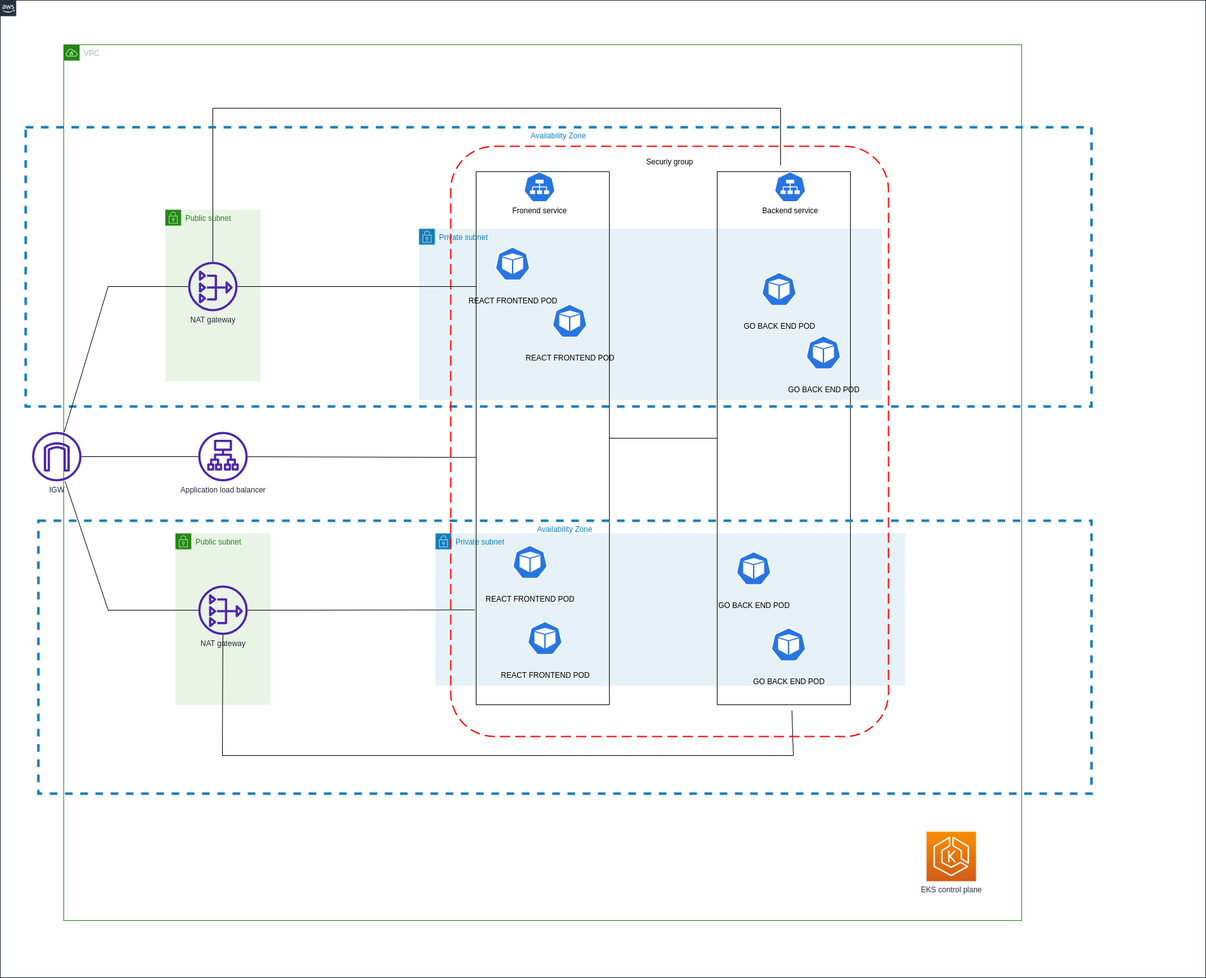
Above: TransportEKSArchitecture.png in LonggHuynh/TransportOptimizer (draw.io), before the change. Source tidied: cells renumbered, new cells last; positions are measured from the earlier drawing's top-left corner, leaving out a move shared by most shapes.
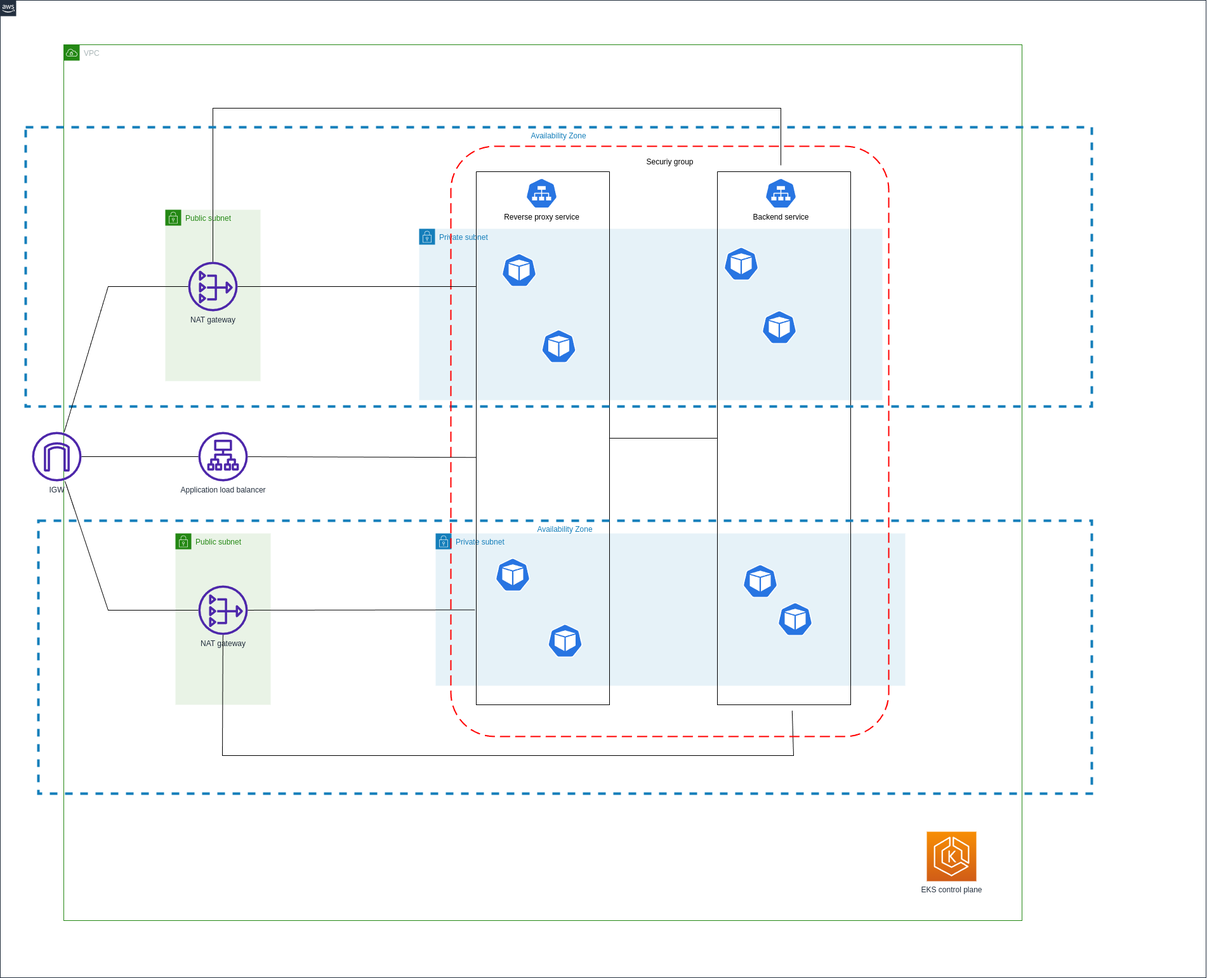
After the commit.

Change to the diagram source:
```diff
@@ -2,83 +2,77 @@
   <root>
     <mxCell id="0" />
     <mxCell id="1" parent="0" />
-    <mxCell id="2" style="gradientColor=none;html=1;whiteSpace=wrap;fontSize=12;fontStyle=0;shape=mxgraph.aws4.group;grIcon=mxgraph.aws4.group_aws_cloud_alt;strokeColor=#232F3E;fillColor=none;verticalAlign=top;align=left;spacingLeft=30;fontColor=#232F3E;dashed=0;" parent="1" vertex="1">
-      <mxGeometry width="1900" height="1540" as="geometry" />
-    </mxCell>
+    <mxCell id="38" style="endArrow=block;endFill=1;" parent="1" edge="1">
+      <mxGeometry relative="1" as="geometry" />
+    </mxCell>
+    <mxCell id="39" style="endArrow=block;endFill=1;" parent="1" edge="1">
+      <mxGeometry relative="1" as="geometry" />
+    </mxCell>
+    <mxCell id="40" style="endArrow=block;endFill=1;" parent="1" edge="1">
+      <mxGeometry relative="1" as="geometry" />
+    </mxCell>
+    <mxCell id="41" style="endArrow=block;endFill=1;" parent="1" edge="1">
+      <mxGeometry relative="1" as="geometry" />
+    </mxCell>
+    <mxCell id="42" style="endArrow=block;endFill=1;" parent="1" edge="1">
+      <mxGeometry relative="1" as="geometry" />
+    </mxCell>
+    <mxCell id="43" style="endArrow=block;endFill=1;" parent="1" edge="1">
+      <mxGeometry relative="1" as="geometry" />
+    </mxCell>
+    <mxCell id="44" style="endArrow=block;endFill=1;" parent="1" edge="1">
+      <mxGeometry relative="1" as="geometry" />
+    </mxCell>
+    <mxCell id="45" style="endArrow=block;endFill=1;" parent="1" edge="1">
+      <mxGeometry relative="1" as="geometry" />
+    </mxCell>
+    <mxCell id="46" style="gradientColor=none;html=1;whiteSpace=wrap;fontSize=12;fontStyle=0;shape=mxgraph.aws4.group;grIcon=mxgraph.aws4.group_aws_cloud_alt;strokeColor=#232F3E;fillColor=none;verticalAlign=top;align=left;spacingLeft=30;fontColor=#232F3E;dashed=0;" parent="1" vertex="1">
+      <mxGeometry x="2170" y="270" width="1900" height="1540" as="geometry" />
+    </mxCell>
-    <mxCell id="3" value="VPC" style="gradientColor=none;html=1;whiteSpace=wrap;fontSize=12;fontStyle=0;shape=mxgraph.aws4.group;grIcon=mxgraph.aws4.group_vpc;strokeColor=#248814;fillColor=none;verticalAlign=top;align=left;spacingLeft=30;fontColor=#AAB7B8;dashed=0;" parent="2" vertex="1">
+    <mxCell id="3" value="VPC" style="gradientColor=none;html=1;whiteSpace=wrap;fontSize=12;fontStyle=0;shape=mxgraph.aws4.group;grIcon=mxgraph.aws4.group_vpc;strokeColor=#248814;fillColor=none;verticalAlign=top;align=left;spacingLeft=30;fontColor=#AAB7B8;dashed=0;" parent="46" vertex="1">
       <mxGeometry x="100" y="70" width="1510" height="1380" as="geometry" />
     </mxCell>
     <mxCell id="4" value="Private subnet" style="gradientColor=none;html=1;whiteSpace=wrap;fontSize=12;fontStyle=0;shape=mxgraph.aws4.group;grIcon=mxgraph.aws4.group_security_group;grStroke=0;strokeColor=#147EBA;fillColor=#E6F2F8;verticalAlign=top;align=left;spacingLeft=30;fontColor=#147EBA;dashed=0;" parent="3" vertex="1">
       <mxGeometry x="560" y="290" width="730" height="270" as="geometry" />
     </mxCell>
-    <mxCell id="5" value="GO BACK END POD&lt;br&gt;" style="sketch=0;html=1;dashed=0;whitespace=wrap;fillColor=#2875E2;strokeColor=#ffffff;verticalLabelPosition=bottom;align=center;verticalAlign=top;shape=mxgraph.kubernetes.icon;prIcon=pod;" parent="4" vertex="1">
-      <mxGeometry x="540" y="50" width="55" height="90" as="geometry" />
-    </mxCell>
-    <mxCell id="6" value="REACT FRONTEND POD" style="sketch=0;html=1;dashed=0;whitespace=wrap;fillColor=#2875E2;strokeColor=#ffffff;verticalLabelPosition=bottom;align=center;verticalAlign=top;shape=mxgraph.kubernetes.icon;prIcon=pod;" parent="4" vertex="1">
-      <mxGeometry x="120" y="10" width="55" height="90" as="geometry" />
-    </mxCell>
-    <mxCell id="7" value="REACT FRONTEND POD" style="sketch=0;html=1;dashed=0;whitespace=wrap;fillColor=#2875E2;strokeColor=#ffffff;verticalLabelPosition=bottom;align=center;verticalAlign=top;shape=mxgraph.kubernetes.icon;prIcon=pod;" parent="4" vertex="1">
-      <mxGeometry x="210" y="100" width="55" height="90" as="geometry" />
-    </mxCell>
     <mxCell id="8" value="Private subnet" style="gradientColor=none;html=1;whiteSpace=wrap;fontSize=12;fontStyle=0;shape=mxgraph.aws4.group;grIcon=mxgraph.aws4.group_security_group;grStroke=0;strokeColor=#147EBA;fillColor=#E6F2F8;verticalAlign=top;align=left;spacingLeft=30;fontColor=#147EBA;dashed=0;" parent="3" vertex="1">
       <mxGeometry x="586" y="770" width="740" height="240" as="geometry" />
     </mxCell>
-    <mxCell id="9" value="REACT FRONTEND POD" style="sketch=0;html=1;dashed=0;whitespace=wrap;fillColor=#2875E2;strokeColor=#ffffff;verticalLabelPosition=bottom;align=center;verticalAlign=top;shape=mxgraph.kubernetes.icon;prIcon=pod;" parent="3" vertex="1">
-      <mxGeometry x="731" y="890" width="55" height="90" as="geometry" />
-    </mxCell>
     <mxCell id="10" value="Public subnet" style="gradientColor=none;html=1;whiteSpace=wrap;fontSize=12;fontStyle=0;shape=mxgraph.aws4.group;grIcon=mxgraph.aws4.group_security_group;grStroke=0;strokeColor=#248814;fillColor=#E9F3E6;verticalAlign=top;align=left;spacingLeft=30;fontColor=#248814;dashed=0;" parent="3" vertex="1">
       <mxGeometry x="176" y="770" width="150" height="270" as="geometry" />
     </mxCell>
-    <mxCell id="11" value="NAT gateway&lt;br&gt;" style="sketch=0;outlineConnect=0;fontColor=#232F3E;gradientColor=none;fillColor=#4D27AA;strokeColor=none;dashed=0;verticalLabelPosition=bottom;verticalAlign=top;align=center;html=1;fontSize=12;fontStyle=0;shape=mxgraph.aws4.nat_gateway;" parent="10" vertex="1">
-      <mxGeometry x="36" y="82" width="78" height="78" as="geometry" />
-    </mxCell>
-    <mxCell id="12" value="GO BACK END POD&lt;br&gt;" style="sketch=0;html=1;dashed=0;whitespace=wrap;fillColor=#2875E2;strokeColor=#ffffff;verticalLabelPosition=bottom;align=center;verticalAlign=top;shape=mxgraph.kubernetes.icon;prIcon=pod;" parent="3" vertex="1">
-      <mxGeometry x="1060" y="780" width="55" height="90" as="geometry" />
-    </mxCell>
-    <mxCell id="13" value="GO BACK END POD&lt;br&gt;" style="sketch=0;html=1;dashed=0;whitespace=wrap;fillColor=#2875E2;strokeColor=#ffffff;verticalLabelPosition=bottom;align=center;verticalAlign=top;shape=mxgraph.kubernetes.icon;prIcon=pod;" parent="3" vertex="1">
-      <mxGeometry x="1115" y="900" width="55" height="90" as="geometry" />
-    </mxCell>
-    <mxCell id="14" value="REACT FRONTEND POD" style="sketch=0;html=1;dashed=0;whitespace=wrap;fillColor=#2875E2;strokeColor=#ffffff;verticalLabelPosition=bottom;align=center;verticalAlign=top;shape=mxgraph.kubernetes.icon;prIcon=pod;" parent="3" vertex="1">
-      <mxGeometry x="707.5" y="770" width="55" height="90" as="geometry" />
-    </mxCell>
+    <mxCell id="47" value="NAT gateway&lt;br&gt;" style="sketch=0;outlineConnect=0;fontColor=#232F3E;gradientColor=none;fillColor=#4D27AA;strokeColor=none;dashed=0;verticalLabelPosition=bottom;verticalAlign=top;align=center;html=1;fontSize=12;fontStyle=0;shape=mxgraph.aws4.nat_gateway;" parent="10" vertex="1">
+      <mxGeometry x="36" y="82" width="78" height="78" as="geometry" />
+    </mxCell>
     <mxCell id="15" value="Public subnet" style="gradientColor=none;html=1;whiteSpace=wrap;fontSize=12;fontStyle=0;shape=mxgraph.aws4.group;grIcon=mxgraph.aws4.group_security_group;grStroke=0;strokeColor=#248814;fillColor=#E9F3E6;verticalAlign=top;align=left;spacingLeft=30;fontColor=#248814;dashed=0;" parent="3" vertex="1">
       <mxGeometry x="160" y="260" width="150" height="270" as="geometry" />
     </mxCell>
-    <mxCell id="16" value="NAT gateway&lt;br&gt;" style="sketch=0;outlineConnect=0;fontColor=#232F3E;gradientColor=none;fillColor=#4D27AA;strokeColor=none;dashed=0;verticalLabelPosition=bottom;verticalAlign=top;align=center;html=1;fontSize=12;fontStyle=0;shape=mxgraph.aws4.nat_gateway;" parent="15" vertex="1">
-      <mxGeometry x="36" y="82" width="78" height="78" as="geometry" />
-    </mxCell>
+    <mxCell id="48" value="NAT gateway&lt;br&gt;" style="sketch=0;outlineConnect=0;fontColor=#232F3E;gradientColor=none;fillColor=#4D27AA;strokeColor=none;dashed=0;verticalLabelPosition=bottom;verticalAlign=top;align=center;html=1;fontSize=12;fontStyle=0;shape=mxgraph.aws4.nat_gateway;" parent="15" vertex="1">
+      <mxGeometry x="36" y="82" width="78" height="78" as="geometry" />
+    </mxCell>
     <mxCell id="17" style="swimlane;startSize=0;" parent="3" vertex="1">
       <mxGeometry x="650" y="200" width="210" height="840" as="geometry" />
     </mxCell>
-    <mxCell id="18" value="Fronend service" style="sketch=0;html=1;dashed=0;whitespace=wrap;fillColor=#2875E2;strokeColor=#ffffff;verticalLabelPosition=bottom;align=center;verticalAlign=top;shape=mxgraph.kubernetes.icon;prIcon=svc;" parent="17" vertex="1">
-      <mxGeometry x="75" width="50" height="48" as="geometry" />
-    </mxCell>
     <mxCell id="19" style="swimlane;startSize=0;" parent="3" vertex="1">
       <mxGeometry x="1030" y="200" width="210" height="840" as="geometry" />
     </mxCell>
-    <mxCell id="20" value="Backend service" style="sketch=0;html=1;dashed=0;whitespace=wrap;fillColor=#2875E2;strokeColor=#ffffff;verticalLabelPosition=bottom;align=center;verticalAlign=top;shape=mxgraph.kubernetes.icon;prIcon=svc;" parent="19" vertex="1">
-      <mxGeometry x="90" width="50" height="48" as="geometry" />
-    </mxCell>
-    <mxCell id="21" value="GO BACK END POD&lt;br&gt;" style="sketch=0;html=1;dashed=0;whitespace=wrap;fillColor=#2875E2;strokeColor=#ffffff;verticalLabelPosition=bottom;align=center;verticalAlign=top;shape=mxgraph.kubernetes.icon;prIcon=pod;" parent="19" vertex="1">
-      <mxGeometry x="140" y="240" width="55" height="90" as="geometry" />
-    </mxCell>
-    <mxCell id="22" style="endArrow=none;html=1;rounded=0;" parent="3" edge="1" source="16">
-      <mxGeometry relative="1" as="geometry">
-        <mxPoint x="1130" y="190" as="targetPoint" />
-        <Array as="points">
-          <mxPoint x="235" y="100" />
-          <mxPoint x="1130" y="100" />
-        </Array>
-      </mxGeometry>
-    </mxCell>
-    <mxCell id="23" style="endArrow=none;html=1;rounded=0;entryX=0.561;entryY=1.011;entryDx=0;entryDy=0;entryPerimeter=0;" parent="3" edge="1" source="11" target="19">
-      <mxGeometry relative="1" as="geometry">
-        <Array as="points">
-          <mxPoint x="250" y="1120" />
-          <mxPoint x="1150" y="1120" />
-        </Array>
-      </mxGeometry>
-    </mxCell>
+    <mxCell id="49" style="endArrow=none;html=1;rounded=0;" parent="3" edge="1" source="48">
+      <mxGeometry relative="1" as="geometry">
+        <mxPoint x="1130" y="190" as="targetPoint" />
+        <Array as="points">
+          <mxPoint x="235" y="100" />
+          <mxPoint x="1130" y="100" />
+        </Array>
+      </mxGeometry>
+    </mxCell>
+    <mxCell id="50" style="endArrow=none;html=1;rounded=0;entryX=0.561;entryY=1.011;entryDx=0;entryDy=0;entryPerimeter=0;" parent="3" edge="1" source="47" target="19">
+      <mxGeometry relative="1" as="geometry">
+        <Array as="points">
+          <mxPoint x="250" y="1120" />
+          <mxPoint x="1150" y="1120" />
+        </Array>
+      </mxGeometry>
+    </mxCell>
     <mxCell id="24" style="endArrow=none;html=1;rounded=0;exitX=1;exitY=0.5;exitDx=0;exitDy=0;entryX=0;entryY=0.5;entryDx=0;entryDy=0;" parent="3" edge="1" source="17" target="19">
       <mxGeometry relative="1" as="geometry" />
     </mxCell>
@@ -91,45 +85,75 @@
     <mxCell id="27" value="Securiy group" style="text;html=1;align=center;verticalAlign=middle;strokeColor=none;fillColor=none;" parent="3" vertex="1">
       <mxGeometry x="905" y="170" width="100" height="30" as="geometry" />
     </mxCell>
-    <mxCell id="28" style="endArrow=none;html=1;rounded=0;entryX=-0.01;entryY=0.822;entryDx=0;entryDy=0;entryPerimeter=0;" parent="3" edge="1" source="11" target="17">
-      <mxGeometry relative="1" as="geometry" />
-    </mxCell>
+    <mxCell id="51" style="endArrow=none;html=1;rounded=0;entryX=-0.01;entryY=0.822;entryDx=0;entryDy=0;entryPerimeter=0;" parent="3" edge="1" source="47" target="17">
+      <mxGeometry relative="1" as="geometry" />
+    </mxCell>
     <mxCell id="29" value="EKS control plane&lt;br&gt;" style="sketch=0;fontColor=#232F3E;gradientColor=#F78E04;gradientDirection=north;fillColor=#D05C17;strokeColor=#ffffff;dashed=0;verticalLabelPosition=bottom;verticalAlign=top;align=center;html=1;fontSize=12;fontStyle=0;shape=mxgraph.aws4.resourceIcon;resIcon=mxgraph.aws4.eks;" parent="3" vertex="1">
       <mxGeometry x="1360" y="1240" width="78" height="78" as="geometry" />
     </mxCell>
-    <mxCell id="30" value="Availability Zone" style="fillColor=none;strokeColor=#147EBA;dashed=1;verticalAlign=top;fontStyle=0;fontColor=#147EBA;whiteSpace=wrap;html=1;strokeWidth=4;" parent="2" vertex="1">
+    <mxCell id="30" value="Availability Zone" style="fillColor=none;strokeColor=#147EBA;dashed=1;verticalAlign=top;fontStyle=0;fontColor=#147EBA;whiteSpace=wrap;html=1;strokeWidth=4;" parent="46" vertex="1">
       <mxGeometry x="40" y="200" width="1680" height="440" as="geometry" />
     </mxCell>
-    <mxCell id="31" value="Availability Zone" style="fillColor=none;strokeColor=#147EBA;dashed=1;verticalAlign=top;fontStyle=0;fontColor=#147EBA;whiteSpace=wrap;html=1;strokeWidth=4;" parent="2" vertex="1">
+    <mxCell id="31" value="Availability Zone" style="fillColor=none;strokeColor=#147EBA;dashed=1;verticalAlign=top;fontStyle=0;fontColor=#147EBA;whiteSpace=wrap;html=1;strokeWidth=4;" parent="46" vertex="1">
       <mxGeometry x="60" y="820" width="1660" height="430" as="geometry" />
     </mxCell>
-    <mxCell id="32" value="IGW" style="sketch=0;outlineConnect=0;fontColor=#232F3E;gradientColor=none;fillColor=#4D27AA;strokeColor=none;dashed=0;verticalLabelPosition=bottom;verticalAlign=top;align=center;html=1;fontSize=12;fontStyle=0;shape=mxgraph.aws4.internet_gateway;" parent="2" vertex="1">
+    <mxCell id="32" value="IGW" style="sketch=0;outlineConnect=0;fontColor=#232F3E;gradientColor=none;fillColor=#4D27AA;strokeColor=none;dashed=0;verticalLabelPosition=bottom;verticalAlign=top;align=center;html=1;fontSize=12;fontStyle=0;shape=mxgraph.aws4.internet_gateway;" parent="46" vertex="1">
       <mxGeometry x="50" y="680" width="78" height="78" as="geometry" />
     </mxCell>
-    <mxCell id="33" style="endArrow=none;html=1;rounded=0;" parent="2" edge="1" source="32" target="25">
+    <mxCell id="33" style="endArrow=none;html=1;rounded=0;" parent="46" edge="1" source="32" target="25">
       <mxGeometry relative="1" as="geometry" />
     </mxCell>
-    <mxCell id="34" style="endArrow=none;html=1;rounded=0;" parent="2" edge="1" source="32" target="11">
-      <mxGeometry relative="1" as="geometry">
-        <Array as="points">
-          <mxPoint x="170" y="961" />
-        </Array>
-      </mxGeometry>
-    </mxCell>
-    <mxCell id="35" style="endArrow=none;html=1;rounded=0;" parent="2" edge="1" source="32" target="16">
-      <mxGeometry relative="1" as="geometry">
-        <Array as="points">
-          <mxPoint x="170" y="451" />
-        </Array>
-      </mxGeometry>
-    </mxCell>
+    <mxCell id="52" style="endArrow=none;html=1;rounded=0;" parent="46" edge="1" source="32" target="47">
+      <mxGeometry relative="1" as="geometry">
+        <Array as="points">
+          <mxPoint x="170" y="961" />
+        </Array>
+      </mxGeometry>
+    </mxCell>
+    <mxCell id="53" style="endArrow=none;html=1;rounded=0;" parent="46" edge="1" source="32" target="48">
+      <mxGeometry relative="1" as="geometry">
+        <Array as="points">
+          <mxPoint x="170" y="451" />
+        </Array>
+      </mxGeometry>
+    </mxCell>
-    <mxCell id="36" style="rounded=1;arcSize=10;dashed=1;strokeColor=#ff0000;fillColor=none;gradientColor=none;dashPattern=8 4;strokeWidth=2;" parent="2" vertex="1">
+    <mxCell id="36" style="rounded=1;arcSize=10;dashed=1;strokeColor=#ff0000;fillColor=none;gradientColor=none;dashPattern=8 4;strokeWidth=2;" parent="46" vertex="1">
       <mxGeometry x="710" y="230" width="690" height="930" as="geometry" />
     </mxCell>
-    <mxCell id="37" style="endArrow=none;html=1;rounded=0;" parent="1" edge="1" source="16">
-      <mxGeometry relative="1" as="geometry">
-        <mxPoint x="750" y="451" as="targetPoint" />
-      </mxGeometry>
-    </mxCell>
+    <mxCell id="54" style="sketch=0;html=1;dashed=0;whitespace=wrap;fillColor=#2875E2;strokeColor=#ffffff;verticalLabelPosition=bottom;align=center;verticalAlign=top;shape=mxgraph.kubernetes.icon;prIcon=pod;" parent="46" vertex="1">
+      <mxGeometry x="1225" y="930" width="55" height="90" as="geometry" />
+    </mxCell>
+    <mxCell id="55" value="Reverse proxy service" style="sketch=0;html=1;dashed=0;whitespace=wrap;fillColor=#2875E2;strokeColor=#ffffff;verticalLabelPosition=bottom;align=center;verticalAlign=top;shape=mxgraph.kubernetes.icon;prIcon=svc;" parent="46" vertex="1">
+      <mxGeometry x="828" y="280" width="50" height="48" as="geometry" />
+    </mxCell>
+    <mxCell id="56" style="sketch=0;html=1;dashed=0;whitespace=wrap;fillColor=#2875E2;strokeColor=#ffffff;verticalLabelPosition=bottom;align=center;verticalAlign=top;shape=mxgraph.kubernetes.icon;prIcon=pod;" parent="46" vertex="1">
+      <mxGeometry x="790" y="380" width="55" height="90" as="geometry" />
+    </mxCell>
+    <mxCell id="57" style="sketch=0;html=1;dashed=0;whitespace=wrap;fillColor=#2875E2;strokeColor=#ffffff;verticalLabelPosition=bottom;align=center;verticalAlign=top;shape=mxgraph.kubernetes.icon;prIcon=pod;" parent="46" vertex="1">
+      <mxGeometry x="852.5" y="500" width="55" height="90" as="geometry" />
+    </mxCell>
+    <mxCell id="58" style="sketch=0;html=1;dashed=0;whitespace=wrap;fillColor=#2875E2;strokeColor=#ffffff;verticalLabelPosition=bottom;align=center;verticalAlign=top;shape=mxgraph.kubernetes.icon;prIcon=pod;" parent="46" vertex="1">
+      <mxGeometry x="1140" y="370" width="55" height="90" as="geometry" />
+    </mxCell>
+    <mxCell id="59" style="sketch=0;html=1;dashed=0;whitespace=wrap;fillColor=#2875E2;strokeColor=#ffffff;verticalLabelPosition=bottom;align=center;verticalAlign=top;shape=mxgraph.kubernetes.icon;prIcon=pod;" parent="46" vertex="1">
+      <mxGeometry x="1200" y="470" width="55" height="90" as="geometry" />
+    </mxCell>
+    <mxCell id="60" style="sketch=0;html=1;dashed=0;whitespace=wrap;fillColor=#2875E2;strokeColor=#ffffff;verticalLabelPosition=bottom;align=center;verticalAlign=top;shape=mxgraph.kubernetes.icon;prIcon=pod;" parent="46" vertex="1">
+      <mxGeometry x="1170" y="870" width="55" height="90" as="geometry" />
+    </mxCell>
+    <mxCell id="61" style="sketch=0;html=1;dashed=0;whitespace=wrap;fillColor=#2875E2;strokeColor=#ffffff;verticalLabelPosition=bottom;align=center;verticalAlign=top;shape=mxgraph.kubernetes.icon;prIcon=pod;" parent="46" vertex="1">
+      <mxGeometry x="780" y="860" width="55" height="90" as="geometry" />
+    </mxCell>
+    <mxCell id="62" style="sketch=0;html=1;dashed=0;whitespace=wrap;fillColor=#2875E2;strokeColor=#ffffff;verticalLabelPosition=bottom;align=center;verticalAlign=top;shape=mxgraph.kubernetes.icon;prIcon=pod;" parent="46" vertex="1">
+      <mxGeometry x="862.5" y="964" width="55" height="90" as="geometry" />
+    </mxCell>
+    <mxCell id="20" value="Backend service" style="sketch=0;html=1;dashed=0;whitespace=wrap;fillColor=#2875E2;strokeColor=#ffffff;verticalLabelPosition=bottom;align=center;verticalAlign=top;shape=mxgraph.kubernetes.icon;prIcon=svc;" parent="46" vertex="1">
+      <mxGeometry x="1205" y="280" width="50" height="48" as="geometry" />
+    </mxCell>
+    <mxCell id="63" style="endArrow=none;html=1;rounded=0;" parent="1" edge="1" source="48">
+      <mxGeometry relative="1" as="geometry">
+        <mxPoint x="2920" y="721" as="targetPoint" />
+      </mxGeometry>
+    </mxCell>
   </root>
 </mxGraphModel>
```
